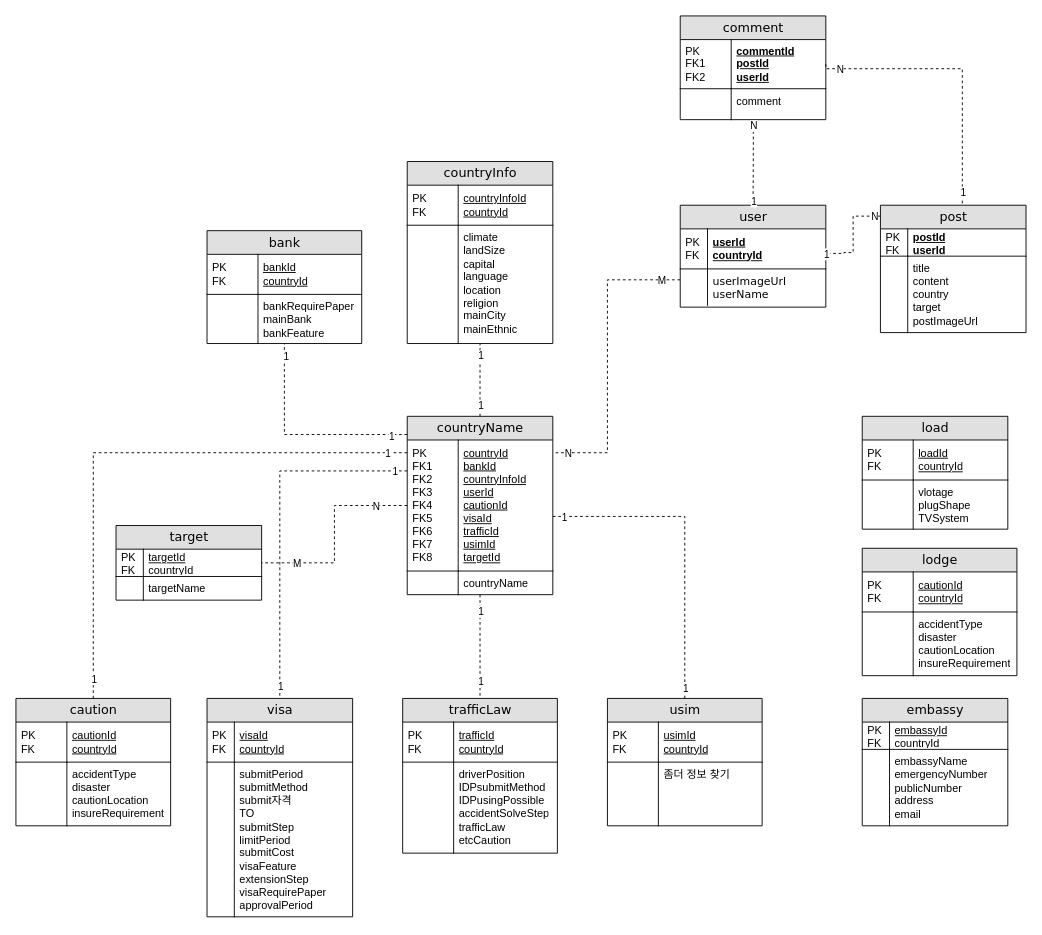
Before: ERD.drawio in qwe1234k/finalProjectERD, a draw.io diagram. Source tidied: cells renumbered, new cells numbered last; positions are measured from the earlier drawing's top-left corner, leaving out a move shared by most shapes. Both pictures are drawn from the tidied source at 91%, with x=0, y=0 at pixel (15, 15).
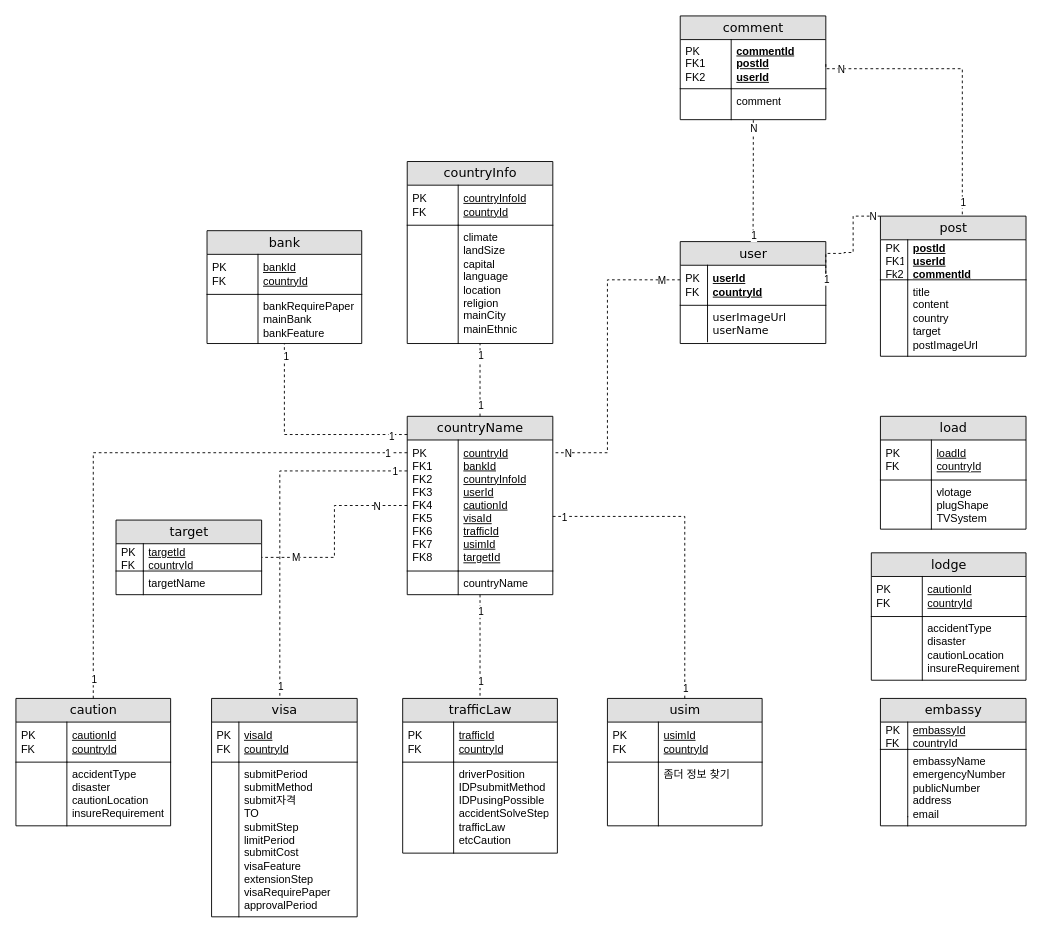
The same diagram, later.

What changed in the source:
```diff
@@
     <mxCell id="2" value="target" style="swimlane;html=1;fontStyle=0;horizontal=1;startSize=26;fillColor=#e0e0e0;swimlaneFillColor=#ffffff;align=center;rounded=0;shadow=0;comic=0;labelBackgroundColor=none;strokeWidth=1;fontFamily=Verdana;fontSize=14;swimlaneLine=1;" parent="1" vertex="1">
-      <mxGeometry x="110" y="560" width="160" height="82" as="geometry" />
+      <mxGeometry x="110" y="554" width="160" height="82" as="geometry" />
     </mxCell>
@@
     <mxCell id="7" value="post" style="swimlane;html=1;fontStyle=0;horizontal=1;startSize=26;fillColor=#e0e0e0;swimlaneFillColor=#ffffff;align=center;rounded=0;shadow=0;comic=0;labelBackgroundColor=none;strokeWidth=1;fontFamily=Verdana;fontSize=14;" parent="1" vertex="1">
-      <mxGeometry x="950" y="208" width="160" height="140" as="geometry" />
+      <mxGeometry x="950" y="220" width="160" height="154" as="geometry" />
     </mxCell>
-    <mxCell id="8" value="postId&lt;br&gt;userId" style="shape=partialRectangle;top=0;left=0;right=0;bottom=1;html=1;align=left;verticalAlign=middle;fillColor=none;spacingLeft=34;spacingRight=4;whiteSpace=wrap;overflow=hidden;fontStyle=5;" parent="7" vertex="1">
-      <mxGeometry y="26" width="160" height="30" as="geometry" />
+    <mxCell id="8" value="postId&lt;br&gt;userId&lt;br&gt;commentId" style="shape=partialRectangle;top=0;left=0;right=0;bottom=1;html=1;align=left;verticalAlign=middle;fillColor=none;spacingLeft=34;spacingRight=4;whiteSpace=wrap;overflow=hidden;fontStyle=5;" parent="7" vertex="1">
+      <mxGeometry y="26" width="160" height="44" as="geometry" />
     </mxCell>
-    <mxCell id="9" value="PK&lt;br&gt;FK" style="shape=partialRectangle;top=0;left=0;bottom=0;html=1;fillColor=none;align=left;verticalAlign=middle;spacingLeft=4;spacingRight=4;whiteSpace=wrap;overflow=hidden;" parent="8" vertex="1">
-      <mxGeometry width="30" height="30" as="geometry" />
+    <mxCell id="9" value="PK&lt;br&gt;FK1&lt;br&gt;Fk2" style="shape=partialRectangle;top=0;left=0;bottom=0;html=1;fillColor=none;align=left;verticalAlign=middle;spacingLeft=4;spacingRight=4;whiteSpace=wrap;overflow=hidden;" parent="8" vertex="1">
+      <mxGeometry width="30" height="44" as="geometry" />
     </mxCell>
     <mxCell id="10" value="title&lt;br&gt;content&lt;br&gt;country&lt;br&gt;target&lt;br&gt;postImageUrl" style="shape=partialRectangle;top=0;left=0;right=0;bottom=0;html=1;align=left;verticalAlign=top;fillColor=none;spacingLeft=34;spacingRight=4;whiteSpace=wrap;overflow=hidden;" parent="7" vertex="1">
-      <mxGeometry y="56" width="160" height="84" as="geometry" />
+      <mxGeometry y="70" width="160" height="84" as="geometry" />
     </mxCell>
@@
     <mxCell id="12" value="embassy" style="swimlane;html=1;fontStyle=0;horizontal=1;startSize=26;fillColor=#e0e0e0;swimlaneFillColor=#ffffff;align=center;rounded=0;shadow=0;comic=0;labelBackgroundColor=none;strokeWidth=1;fontFamily=Verdana;fontSize=14;" parent="1" vertex="1">
-      <mxGeometry x="930" y="750" width="160" height="140" as="geometry" />
+      <mxGeometry x="950" y="750" width="160" height="140" as="geometry" />
     </mxCell>
@@
     <mxCell id="29" value="load" style="swimlane;html=1;fontStyle=0;horizontal=1;startSize=26;fillColor=#e0e0e0;swimlaneFillColor=#ffffff;align=center;rounded=0;shadow=0;comic=0;labelBackgroundColor=none;strokeWidth=1;fontFamily=Verdana;fontSize=14;" parent="1" vertex="1">
-      <mxGeometry x="930" y="440" width="160" height="124" as="geometry" />
+      <mxGeometry x="950" y="440" width="160" height="124" as="geometry" />
     </mxCell>
@@
     <mxCell id="34" value="user" style="swimlane;html=1;fontStyle=0;horizontal=1;startSize=26;fillColor=#e0e0e0;swimlaneFillColor=#ffffff;align=center;rounded=0;shadow=0;comic=0;labelBackgroundColor=none;strokeWidth=1;fontFamily=Verdana;fontSize=14;" parent="1" vertex="1">
-      <mxGeometry x="730" y="208" width="160" height="112" as="geometry" />
+      <mxGeometry x="730" y="248" width="160" height="112" as="geometry" />
     </mxCell>
@@
     <mxCell id="39" value="visa" style="swimlane;html=1;fontStyle=0;horizontal=1;startSize=26;fillColor=#e0e0e0;swimlaneFillColor=#ffffff;align=center;rounded=0;shadow=0;comic=0;labelBackgroundColor=none;strokeWidth=1;fontFamily=Verdana;fontSize=14;swimlaneLine=1;" parent="1" vertex="1">
-      <mxGeometry x="210" y="750" width="160" height="240" as="geometry" />
+      <mxGeometry x="215" y="750" width="160" height="240" as="geometry" />
     </mxCell>
@@
     <mxCell id="64" value="lodge" style="swimlane;html=1;fontStyle=0;horizontal=1;startSize=26;fillColor=#e0e0e0;swimlaneFillColor=#ffffff;align=center;rounded=0;shadow=0;comic=0;labelBackgroundColor=none;strokeWidth=1;fontFamily=Verdana;fontSize=14;" parent="1" vertex="1">
-      <mxGeometry x="930" y="585" width="170" height="140" as="geometry" />
+      <mxGeometry x="940" y="590" width="170" height="140" as="geometry" />
     </mxCell>
```
